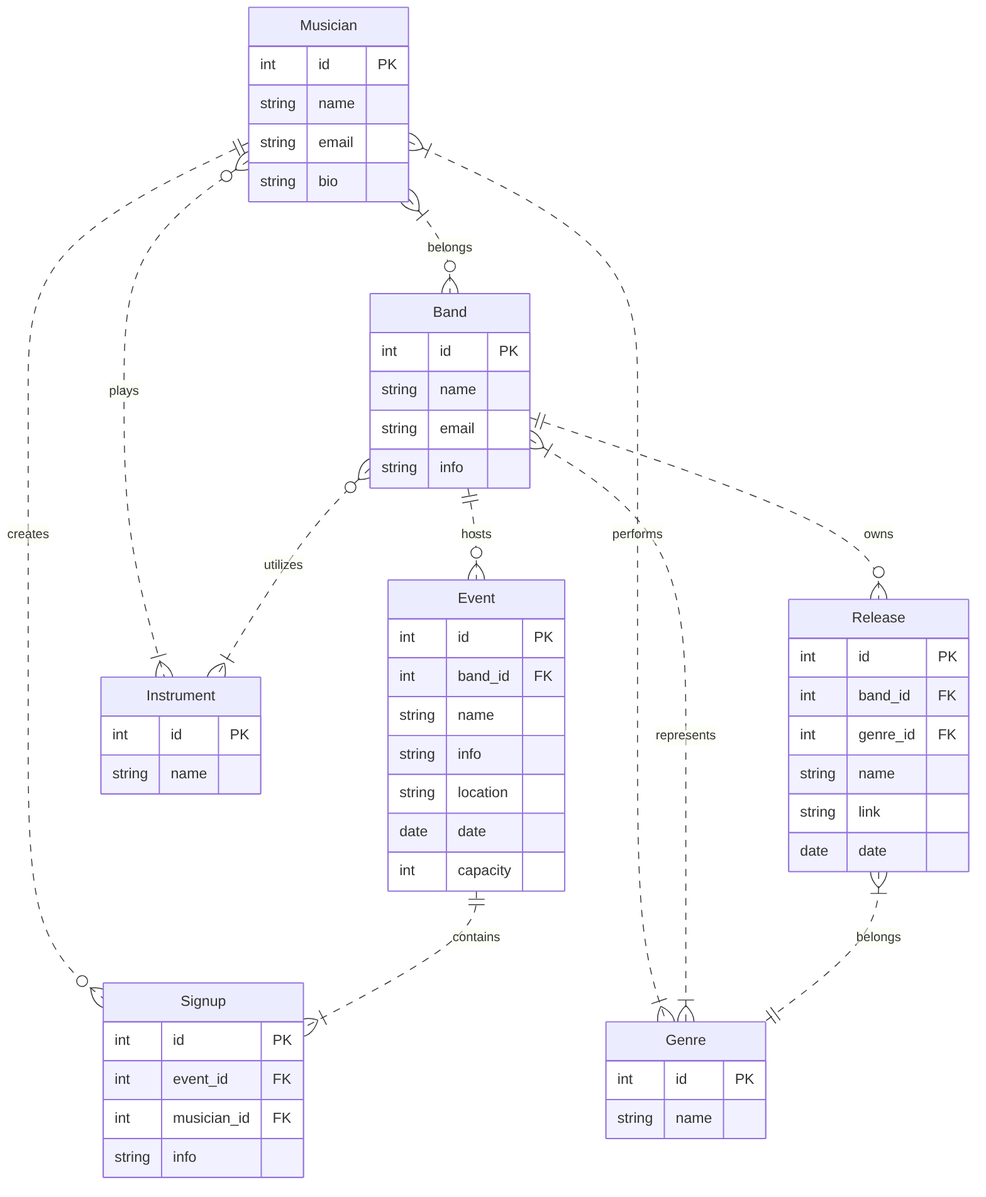
This is 1-entity-relationship/erDiagram.png from therealsunfl0wer/SMRA-labs, a Mermaid export, as it was before one commit. Its source is kept beside it as 1-entity-relationship/erDiagram.mmd.
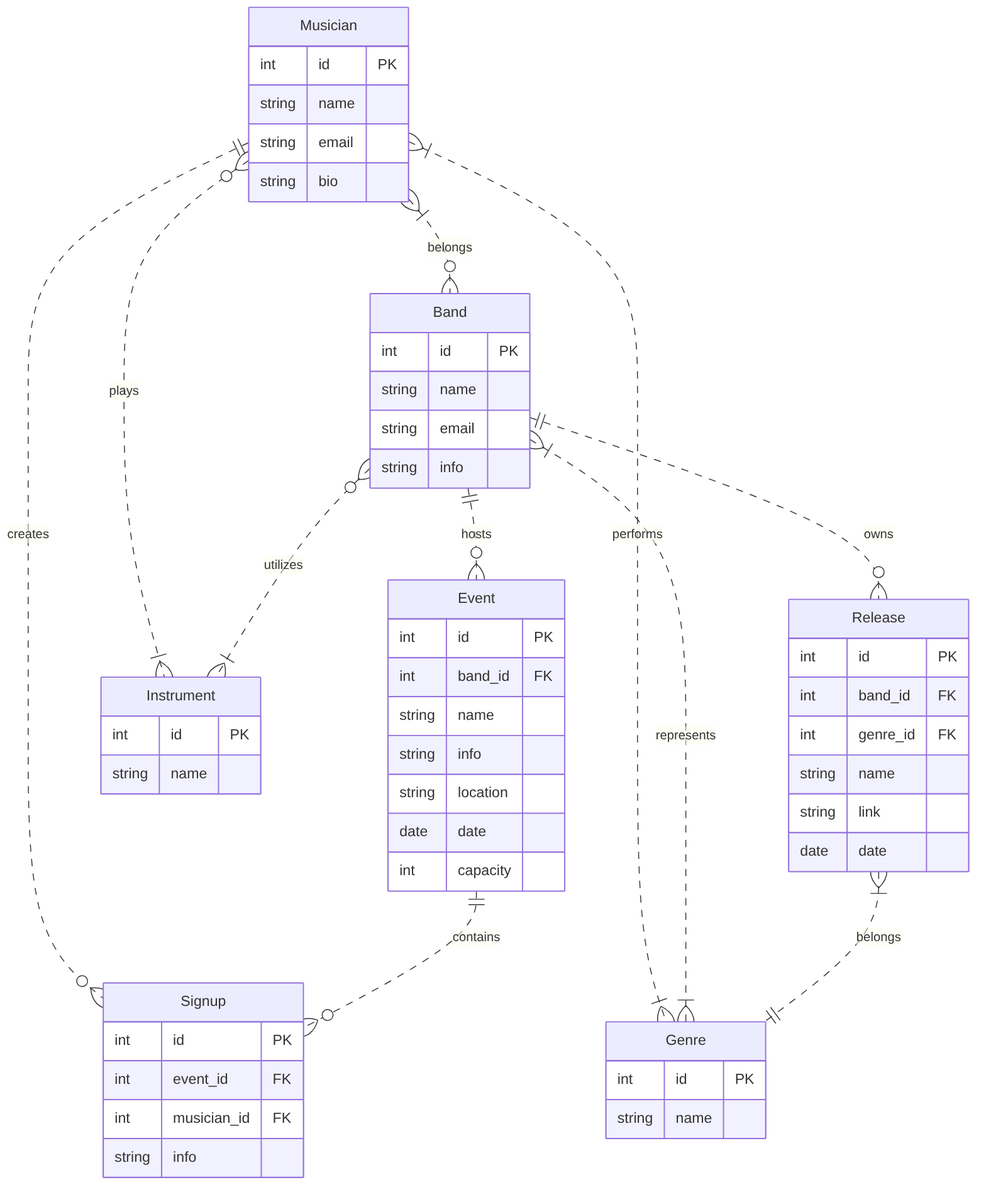
After the change.

Commit message:
ai: fix Event-Signup minimum cardinality to zero

An Event is published without Signups and receives its first Signup through
UC-MUS-001; UC-BM-006 also requires Events without Signups. Change "one or
many" to "zero, one, or many" in spec.md and the ER diagram.

Claude-Session: https://claude.ai/code/session_01AMojgNhf6THgfHK96iETUd

What changed in the source:
```diff
@@ -51,5 +51,5 @@
     Band }o..|{ Instrument : utilizes
     Band ||..o{ Release : owns
     Band }|..|{ Genre : represents
-    Event ||..|{ Signup : contains
+    Event ||..o{ Signup : contains
     Release }|..|| Genre : belongs
```
